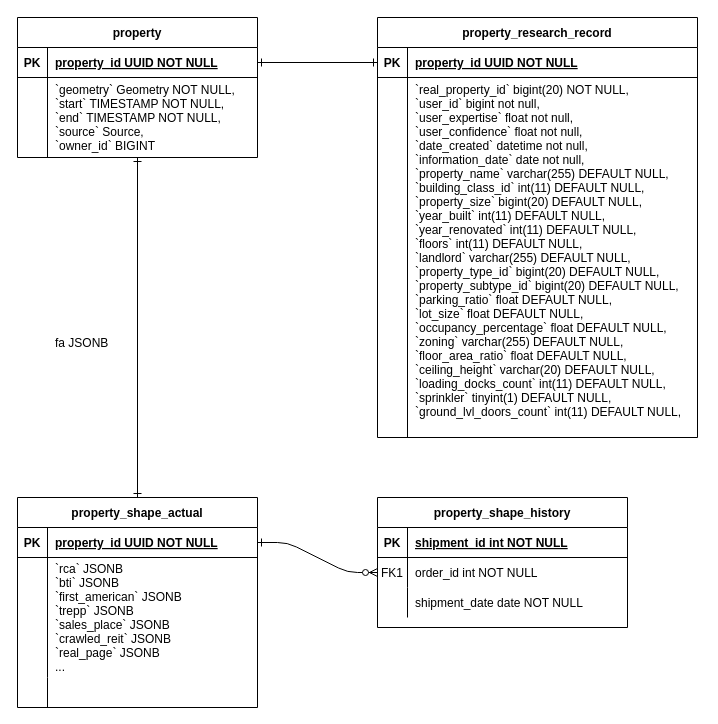
This is Untitled Diagram.drawio from dmitry-worker/schema_gen, a draw.io file, before an edit. Source tidied: cells renumbered, new cells numbered last; positions are measured from the earlier drawing's top-left corner, leaving out a move shared by most shapes. Both pictures are drawn from the tidied source at 100%, with x=0, y=0 at pixel (17, 17).
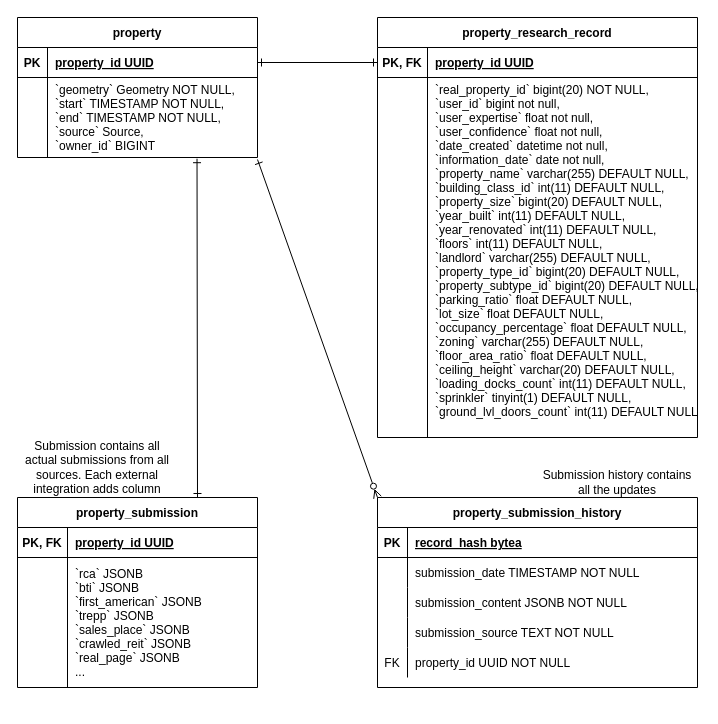
Above is the later version.

Unchanged cells that the change refers to:
```xml
<mxCell id="4" style="shape=partialRectangle;fillColor=none;points=[[0,0.5],[1,0.5]];portConstraint=eastwest;top=0;left=0;right=0;bottom=1;" parent="3" vertex="1">
  <mxGeometry y="30" width="240" height="30" as="geometry" />
</mxCell>
<mxCell id="23" value="property" style="shape=table;startSize=30;childLayout=tableLayout;rowLines=0;fontStyle=1;align=center;" parent="1" vertex="1">
  <mxGeometry width="240" height="140" as="geometry" />
</mxCell>
<mxCell id="24" style="shape=partialRectangle;fillColor=none;points=[[0,0.5],[1,0.5]];portConstraint=eastwest;top=0;left=0;right=0;bottom=1;" parent="23" vertex="1">
  <mxGeometry y="30" width="240" height="30" as="geometry" />
</mxCell>
<mxCell id="27" style="shape=partialRectangle;fillColor=none;points=[[0,0.5],[1,0.5]];portConstraint=eastwest;top=0;left=0;right=0;bottom=0;" parent="23" vertex="1">
  <mxGeometry y="60" width="240" height="80" as="geometry" />
</mxCell>
<mxCell id="33" style="shape=partialRectangle;fillColor=none;points=[[0,0.5],[1,0.5]];portConstraint=eastwest;top=0;left=0;right=0;bottom=1;" parent="32" vertex="1">
  <mxGeometry y="30" width="320" height="30" as="geometry" />
</mxCell>
<mxCell id="36" style="shape=partialRectangle;fillColor=none;top=0;left=0;right=0;bottom=0;" parent="32" vertex="1">
  <mxGeometry y="60" width="320" height="360" as="geometry" />
</mxCell>
```

What changed in the source:
```diff
@@
-    <mxCell id="2" style="edgeStyle=entityRelationEdgeStyle;endArrow=ERzeroToMany;startArrow=ERone;endFill=1;startFill=0;" parent="1" edge="1" source="4" target="17">
-      <mxGeometry relative="1" as="geometry" />
-    </mxCell>
-    <mxCell id="3" value="property_shape_actual" style="shape=table;startSize=30;childLayout=tableLayout;rowLines=0;fontStyle=1;align=center;" parent="1" vertex="1">
-      <mxGeometry y="480" width="240" height="210" as="geometry" />
+    <mxCell id="3" value="property_submission" style="shape=table;startSize=30;childLayout=tableLayout;rowLines=0;fontStyle=1;align=center;" parent="1" vertex="1">
+      <mxGeometry y="480" width="240" height="190" as="geometry" />
     </mxCell>
@@
-    <mxCell id="5" value="PK" style="shape=partialRectangle;overflow=hidden;fillColor=none;top=0;left=0;bottom=0;right=0;fontStyle=1;" parent="4" vertex="1">
-      <mxGeometry width="30" height="30" as="geometry" />
+    <mxCell id="5" value="PK, FK" style="shape=partialRectangle;overflow=hidden;fillColor=none;top=0;left=0;bottom=0;right=0;fontStyle=1;" parent="4" vertex="1">
+      <mxGeometry width="50" height="30" as="geometry" />
     </mxCell>
-    <mxCell id="6" value="property_id UUID NOT NULL" style="shape=partialRectangle;overflow=hidden;fillColor=none;top=0;left=0;bottom=0;right=0;align=left;spacingLeft=6;fontStyle=5;" parent="4" vertex="1">
-      <mxGeometry x="30" width="210" height="30" as="geometry" />
+    <mxCell id="6" value="property_id UUID" style="shape=partialRectangle;overflow=hidden;fillColor=none;top=0;left=0;bottom=0;right=0;align=left;spacingLeft=6;fontStyle=5;" parent="4" vertex="1">
+      <mxGeometry x="50" width="190" height="30" as="geometry" />
     </mxCell>
     <mxCell id="7" style="shape=partialRectangle;fillColor=none;top=0;left=0;right=0;bottom=0;" parent="3" vertex="1">
-      <mxGeometry y="60" width="240" height="120" as="geometry" />
+      <mxGeometry y="60" width="240" height="130" as="geometry" />
     </mxCell>
     <mxCell id="8" style="shape=partialRectangle;overflow=hidden;fillColor=none;top=0;left=0;bottom=0;right=0;" parent="7" vertex="1">
-      <mxGeometry width="30" height="120" as="geometry" />
+      <mxGeometry width="50" height="130" as="geometry" />
     </mxCell>
     <mxCell id="9" value="`rca` JSONB&#10;`bti` JSONB&#10;`first_american` JSONB&#10;`trepp` JSONB&#10;`sales_place` JSONB&#10;`crawled_reit` JSONB&#10;`real_page` JSONB&#10;... " style="shape=partialRectangle;overflow=hidden;fillColor=none;top=0;left=0;bottom=0;right=0;align=left;spacingLeft=6;" parent="7" vertex="1">
-      <mxGeometry x="30" width="210" height="120" as="geometry" />
+      <mxGeometry x="50" width="190" height="130" as="geometry" />
     </mxCell>
-    <mxCell id="10" style="shape=partialRectangle;fillColor=none;top=0;left=0;right=0;bottom=0;" parent="3" vertex="1">
-      <mxGeometry y="180" width="240" height="30" as="geometry" />
-    </mxCell>
-    <mxCell id="11" style="shape=partialRectangle;overflow=hidden;fillColor=none;top=0;left=0;bottom=0;right=0;" parent="10" vertex="1">
-      <mxGeometry width="30" height="30" as="geometry" />
-    </mxCell>
-    <mxCell id="12" style="shape=partialRectangle;overflow=hidden;fillColor=none;top=0;left=0;bottom=0;right=0;align=left;spacingLeft=6;strokeColor=default;" parent="10" vertex="1">
-      <mxGeometry x="30" width="210" height="30" as="geometry" />
-    </mxCell>
-    <mxCell id="13" value="property_shape_history" style="shape=table;startSize=30;childLayout=tableLayout;rowLines=0;fontStyle=1;align=center;" parent="1" vertex="1">
-      <mxGeometry x="360" y="480" width="250" height="130" as="geometry" />
+    <mxCell id="13" value="property_submission_history" style="shape=table;startSize=30;childLayout=tableLayout;rowLines=0;fontStyle=1;align=center;" parent="1" vertex="1">
+      <mxGeometry x="360" y="480" width="320" height="190" as="geometry" />
     </mxCell>
     <mxCell id="14" style="shape=partialRectangle;fillColor=none;top=0;left=0;right=0;bottom=1;" parent="13" vertex="1">
-      <mxGeometry y="30" width="250" height="30" as="geometry" />
+      <mxGeometry y="30" width="320" height="30" as="geometry" />
     </mxCell>
@@
-    <mxCell id="16" value="shipment_id int NOT NULL " style="shape=partialRectangle;overflow=hidden;fillColor=none;top=0;left=0;bottom=0;right=0;align=left;spacingLeft=6;fontStyle=5;" parent="14" vertex="1">
-      <mxGeometry x="30" width="220" height="30" as="geometry" />
+    <mxCell id="16" value="record_hash bytea" style="shape=partialRectangle;overflow=hidden;fillColor=none;top=0;left=0;bottom=0;right=0;align=left;spacingLeft=6;fontStyle=5;" parent="14" vertex="1">
+      <mxGeometry x="30" width="290" height="30" as="geometry" />
     </mxCell>
-    <mxCell id="17" style="shape=partialRectangle;fillColor=none;points=[[0,0.5],[1,0.5]];portConstraint=eastwest;top=0;left=0;right=0;bottom=0;" parent="13" vertex="1">
-      <mxGeometry y="60" width="250" height="30" as="geometry" />
-    </mxCell>
-    <mxCell id="18" value="FK1" style="shape=partialRectangle;overflow=hidden;fillColor=none;top=0;left=0;bottom=0;right=0;" parent="17" vertex="1">
-      <mxGeometry width="30" height="30" as="geometry" />
-    </mxCell>
-    <mxCell id="19" value="order_id int NOT NULL" style="shape=partialRectangle;overflow=hidden;fillColor=none;top=0;left=0;bottom=0;right=0;align=left;spacingLeft=6;" parent="17" vertex="1">
-      <mxGeometry x="30" width="220" height="30" as="geometry" />
-    </mxCell>
     <mxCell id="20" style="shape=partialRectangle;fillColor=none;top=0;left=0;right=0;bottom=0;" parent="13" vertex="1">
-      <mxGeometry y="90" width="250" height="30" as="geometry" />
+      <mxGeometry y="60" width="320" height="30" as="geometry" />
     </mxCell>
@@
-    <mxCell id="22" value="shipment_date date NOT NULL" style="shape=partialRectangle;overflow=hidden;fillColor=none;top=0;left=0;bottom=0;right=0;align=left;spacingLeft=6;" parent="20" vertex="1">
-      <mxGeometry x="30" width="220" height="30" as="geometry" />
+    <mxCell id="22" value="submission_date TIMESTAMP NOT NULL" style="shape=partialRectangle;overflow=hidden;fillColor=none;top=0;left=0;bottom=0;right=0;align=left;spacingLeft=6;" parent="20" vertex="1">
+      <mxGeometry x="30" width="290" height="30" as="geometry" />
     </mxCell>
+    <mxCell id="40" style="shape=partialRectangle;fillColor=none;top=0;left=0;right=0;bottom=0;" parent="13" vertex="1">
+      <mxGeometry y="90" width="320" height="30" as="geometry" />
+    </mxCell>
+    <mxCell id="41" style="shape=partialRectangle;overflow=hidden;fillColor=none;top=0;left=0;bottom=0;right=0;" parent="40" vertex="1">
+      <mxGeometry width="30" height="30" as="geometry" />
+    </mxCell>
+    <mxCell id="42" value="submission_content JSONB NOT NULL" style="shape=partialRectangle;overflow=hidden;fillColor=none;top=0;left=0;bottom=0;right=0;align=left;spacingLeft=6;" parent="40" vertex="1">
+      <mxGeometry x="30" width="290" height="30" as="geometry" />
+    </mxCell>
+    <mxCell id="43" style="shape=partialRectangle;fillColor=none;top=0;left=0;right=0;bottom=0;" parent="13" vertex="1">
+      <mxGeometry y="120" width="320" height="30" as="geometry" />
+    </mxCell>
+    <mxCell id="44" style="shape=partialRectangle;overflow=hidden;fillColor=none;top=0;left=0;bottom=0;right=0;" parent="43" vertex="1">
+      <mxGeometry width="30" height="30" as="geometry" />
+    </mxCell>
+    <mxCell id="45" value="submission_source TEXT NOT NULL" style="shape=partialRectangle;overflow=hidden;fillColor=none;top=0;left=0;bottom=0;right=0;align=left;spacingLeft=6;" parent="43" vertex="1">
+      <mxGeometry x="30" width="290" height="30" as="geometry" />
+    </mxCell>
+    <mxCell id="46" style="shape=partialRectangle;fillColor=none;top=0;left=0;right=0;bottom=0;" parent="13" vertex="1">
+      <mxGeometry y="150" width="320" height="30" as="geometry" />
+    </mxCell>
+    <mxCell id="47" value="FK" style="shape=partialRectangle;overflow=hidden;fillColor=none;top=0;left=0;bottom=0;right=0;" parent="46" vertex="1">
+      <mxGeometry width="30" height="30" as="geometry" />
+    </mxCell>
+    <mxCell id="48" value="property_id UUID NOT NULL" style="shape=partialRectangle;overflow=hidden;fillColor=none;top=0;left=0;bottom=0;right=0;align=left;spacingLeft=6;" parent="46" vertex="1">
+      <mxGeometry x="30" width="290" height="30" as="geometry" />
+    </mxCell>
@@
-    <mxCell id="26" value="property_id UUID NOT NULL " style="shape=partialRectangle;overflow=hidden;fillColor=none;top=0;left=0;bottom=0;right=0;align=left;spacingLeft=6;fontStyle=5;" parent="24" vertex="1">
+    <mxCell id="26" value="property_id UUID" style="shape=partialRectangle;overflow=hidden;fillColor=none;top=0;left=0;bottom=0;right=0;align=left;spacingLeft=6;fontStyle=5;" parent="24" vertex="1">
       <mxGeometry x="30" width="210" height="30" as="geometry" />
     </mxCell>
@@
-    <mxCell id="30" style="endArrow=ERone;html=1;rounded=1;entryX=0.5;entryY=1;entryDx=0;entryDy=0;exitX=0.5;exitY=0;exitDx=0;exitDy=0;startArrow=ERone;startFill=0;endFill=0;" parent="1" edge="1" source="3" target="23">
+    <mxCell id="30" style="endArrow=ERone;html=1;rounded=1;entryX=0.748;entryY=1.015;entryDx=0;entryDy=0;exitX=0.75;exitY=0;exitDx=0;exitDy=0;startArrow=ERone;startFill=0;endFill=0;entryPerimeter=0;" parent="1" edge="1" source="3" target="27">
       <mxGeometry relative="1" as="geometry" />
     </mxCell>
-    <mxCell id="31" value="fa JSONB" style="shape=partialRectangle;overflow=hidden;fillColor=none;top=0;left=0;bottom=0;right=0;align=left;spacingLeft=6;" parent="1" vertex="1">
-      <mxGeometry x="30" y="310" width="220" height="30" as="geometry" />
-    </mxCell>
@@
-    <mxCell id="34" value="PK" style="shape=partialRectangle;overflow=hidden;fillColor=none;top=0;left=0;bottom=0;right=0;fontStyle=1;" parent="33" vertex="1">
-      <mxGeometry width="30" height="30" as="geometry" />
+    <mxCell id="34" value="PK, FK" style="shape=partialRectangle;overflow=hidden;fillColor=none;top=0;left=0;bottom=0;right=0;fontStyle=1;" parent="33" vertex="1">
+      <mxGeometry width="50" height="30" as="geometry" />
     </mxCell>
-    <mxCell id="35" value="property_id UUID NOT NULL " style="shape=partialRectangle;overflow=hidden;fillColor=none;top=0;left=0;bottom=0;right=0;align=left;spacingLeft=6;fontStyle=5;" parent="33" vertex="1">
-      <mxGeometry x="30" width="290" height="30" as="geometry" />
+    <mxCell id="35" value="property_id UUID" style="shape=partialRectangle;overflow=hidden;fillColor=none;top=0;left=0;bottom=0;right=0;align=left;spacingLeft=6;fontStyle=5;" parent="33" vertex="1">
+      <mxGeometry x="50" width="270" height="30" as="geometry" />
     </mxCell>
@@
     <mxCell id="37" style="shape=partialRectangle;overflow=hidden;fillColor=none;top=0;left=0;bottom=0;right=0;" parent="36" vertex="1">
-      <mxGeometry width="30" height="360" as="geometry" />
+      <mxGeometry width="50" height="360" as="geometry" />
     </mxCell>
     <mxCell id="38" value="`real_property_id` bigint(20) NOT NULL,&#10;`user_id` bigint not null,&#10;`user_expertise` float not null,&#10;`user_confidence` float not null,&#10;`date_created` datetime not null,&#10;`information_date` date not null,&#10;`property_name` varchar(255) DEFAULT NULL,&#10;`building_class_id` int(11) DEFAULT NULL,&#10;`property_size` bigint(20) DEFAULT NULL,&#10;`year_built` int(11) DEFAULT NULL,&#10;`year_renovated` int(11) DEFAULT NULL,&#10;`floors` int(11) DEFAULT NULL,&#10;`landlord` varchar(255) DEFAULT NULL,&#10;`property_type_id` bigint(20) DEFAULT NULL,&#10;`property_subtype_id` bigint(20) DEFAULT NULL,&#10;`parking_ratio` float DEFAULT NULL,&#10;`lot_size` float DEFAULT NULL,&#10;`occupancy_percentage` float DEFAULT NULL,&#10;`zoning` varchar(255) DEFAULT NULL,&#10;`floor_area_ratio` float DEFAULT NULL,&#10;`ceiling_height` varchar(20) DEFAULT NULL,&#10;`loading_docks_count` int(11) DEFAULT NULL,&#10;`sprinkler` tinyint(1) DEFAULT NULL,&#10;`ground_lvl_doors_count` int(11) DEFAULT NULL,&#10;" style="shape=partialRectangle;overflow=hidden;fillColor=none;top=0;left=0;bottom=0;right=0;align=left;spacingLeft=6;" parent="36" vertex="1">
-      <mxGeometry x="30" width="290" height="360" as="geometry" />
+      <mxGeometry x="50" width="270" height="360" as="geometry" />
     </mxCell>
@@
+    <mxCell id="49" value="Submission contains all actual submissions from all sources. Each external integration adds column" style="text;html=1;strokeColor=none;fillColor=none;align=center;verticalAlign=middle;whiteSpace=wrap;rounded=0;" parent="1" vertex="1">
+      <mxGeometry y="420" width="160" height="60" as="geometry" />
+    </mxCell>
+    <mxCell id="50" value="Submission history contains all the updates" style="text;html=1;strokeColor=none;fillColor=none;align=center;verticalAlign=middle;whiteSpace=wrap;rounded=0;" parent="1" vertex="1">
+      <mxGeometry x="520" y="450" width="160" height="30" as="geometry" />
+    </mxCell>
+    <mxCell id="51" style="endArrow=ERone;html=1;rounded=1;entryX=1;entryY=1.025;entryDx=0;entryDy=0;exitX=0;exitY=0;exitDx=0;exitDy=0;startArrow=ERzeroToMany;startFill=0;endFill=0;entryPerimeter=0;" parent="1" edge="1" source="13" target="27">
+      <mxGeometry relative="1" as="geometry" />
+    </mxCell>
```
